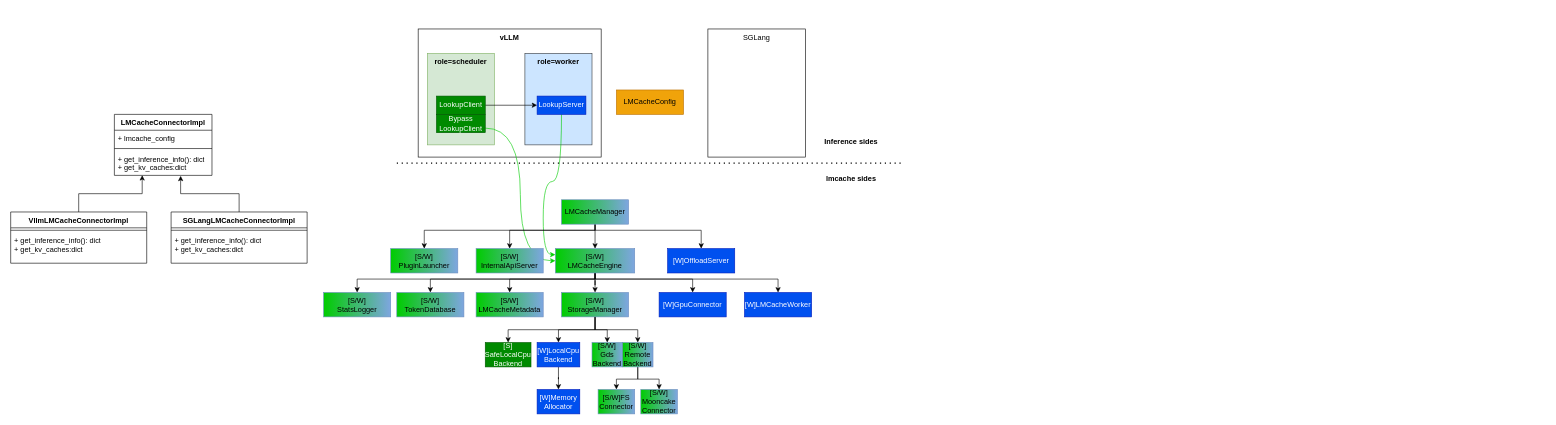
Earlier version of the draw.io diagram lmcache.drawio (maobaolong/draw). Source tidied: cells renumbered, new cells numbered last; positions are measured from the earlier drawing's top-left corner, leaving out a move shared by most shapes. Both pictures are drawn from the tidied source at 61%, with x=0, y=0 at pixel (10, 29).
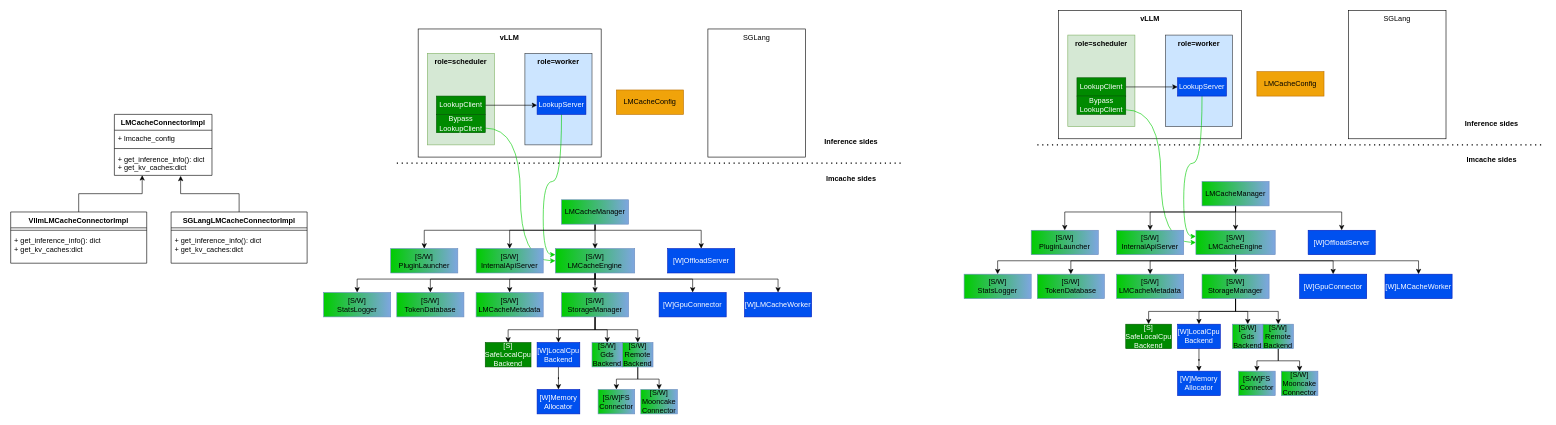
The same diagram, later.

The edit, as a diff of the source:
```diff
@@
+    <mxCell id="63" value="vLLM" style="rounded=0;whiteSpace=wrap;html=1;verticalAlign=top;fontStyle=1;" parent="1" vertex="1">
+      <mxGeometry x="1718" y="-30" width="300" height="210" as="geometry" />
+    </mxCell>
+    <mxCell id="64" value="role=worker" style="rounded=0;whiteSpace=wrap;html=1;verticalAlign=top;fontStyle=1;fillColor=#cce5ff;strokeColor=#36393d;" parent="1" vertex="1">
+      <mxGeometry x="1893" y="10" width="110" height="150" as="geometry" />
+    </mxCell>
+    <mxCell id="65" value="role=scheduler" style="rounded=0;whiteSpace=wrap;html=1;verticalAlign=top;fontStyle=1;fillColor=#d5e8d4;strokeColor=#82b366;" parent="1" vertex="1">
+      <mxGeometry x="1733" y="10" width="110" height="150" as="geometry" />
+    </mxCell>
+    <mxCell id="66" value="SGLang" style="rounded=0;whiteSpace=wrap;html=1;verticalAlign=top;" parent="1" vertex="1">
+      <mxGeometry x="2193" y="-30" width="160" height="210" as="geometry" />
+    </mxCell>
+    <mxCell id="67" style="endArrow=none;dashed=1;html=1;dashPattern=1 3;strokeWidth=2;rounded=0;" parent="1" edge="1">
+      <mxGeometry relative="1" as="geometry">
+        <mxPoint x="1683" y="190" as="sourcePoint" />
+        <mxPoint x="2513" y="190" as="targetPoint" />
+      </mxGeometry>
+    </mxCell>
+    <mxCell id="68" value="Inference sides" style="text;html=1;whiteSpace=wrap;strokeColor=none;fillColor=none;align=center;verticalAlign=middle;rounded=0;fontStyle=1;" parent="1" vertex="1">
+      <mxGeometry x="2383" y="140" width="90" height="30" as="geometry" />
+    </mxCell>
+    <mxCell id="69" value="lmcache sides" style="text;html=1;whiteSpace=wrap;strokeColor=none;fillColor=none;align=center;verticalAlign=middle;rounded=0;fontStyle=1;" parent="1" vertex="1">
+      <mxGeometry x="2383" y="200" width="90" height="30" as="geometry" />
+    </mxCell>
+    <mxCell id="70" style="edgeStyle=orthogonalEdgeStyle;rounded=0;jettySize=auto;html=1;entryX=0;entryY=0.5;entryDx=0;entryDy=0;" parent="1" edge="1" source="72" target="74">
+      <mxGeometry relative="1" as="geometry" />
+    </mxCell>
+    <mxCell id="71" style="edgeStyle=orthogonalEdgeStyle;rounded=0;jettySize=auto;html=1;entryX=0;entryY=0.5;entryDx=0;entryDy=0;curved=1;exitX=1;exitY=0.75;exitDx=0;exitDy=0;strokeColor=#00CC00;" parent="1" edge="1" source="104" target="86">
+      <mxGeometry relative="1" as="geometry" />
+    </mxCell>
+    <mxCell id="72" value="LookupClient" style="rounded=0;whiteSpace=wrap;html=1;fillColor=#008a00;fontColor=#ffffff;strokeColor=#005700;" parent="1" vertex="1">
+      <mxGeometry x="1748" y="80" width="80" height="30" as="geometry" />
+    </mxCell>
+    <mxCell id="73" style="edgeStyle=orthogonalEdgeStyle;rounded=0;jettySize=auto;html=1;entryX=0;entryY=0.25;entryDx=0;entryDy=0;curved=1;strokeColor=#00CC00;" parent="1" edge="1" source="74" target="86">
+      <mxGeometry relative="1" as="geometry" />
+    </mxCell>
+    <mxCell id="74" value="LookupServer" style="rounded=0;whiteSpace=wrap;html=1;fillColor=#0050ef;fontColor=#ffffff;strokeColor=#001DBC;" parent="1" vertex="1">
+      <mxGeometry x="1913" y="80" width="80" height="30" as="geometry" />
+    </mxCell>
+    <mxCell id="75" style="edgeStyle=orthogonalEdgeStyle;rounded=0;jettySize=auto;html=1;entryX=0.5;entryY=0;entryDx=0;entryDy=0;" parent="1" edge="1" source="79" target="86">
+      <mxGeometry relative="1" as="geometry" />
+    </mxCell>
+    <mxCell id="76" style="edgeStyle=orthogonalEdgeStyle;rounded=0;jettySize=auto;html=1;entryX=0.5;entryY=0;entryDx=0;entryDy=0;" parent="1" edge="1" source="79" target="100">
+      <mxGeometry relative="1" as="geometry">
+        <Array as="points">
+          <mxPoint x="2008" y="300" />
+          <mxPoint x="1868" y="300" />
+        </Array>
+      </mxGeometry>
+    </mxCell>
+    <mxCell id="77" style="edgeStyle=orthogonalEdgeStyle;rounded=0;jettySize=auto;html=1;" parent="1" edge="1" source="79" target="101">
+      <mxGeometry relative="1" as="geometry">
+        <Array as="points">
+          <mxPoint x="2008" y="300" />
+          <mxPoint x="1728" y="300" />
+        </Array>
+      </mxGeometry>
+    </mxCell>
+    <mxCell id="78" style="edgeStyle=orthogonalEdgeStyle;rounded=0;jettySize=auto;html=1;entryX=0.5;entryY=0;entryDx=0;entryDy=0;" parent="1" edge="1" source="79" target="105">
+      <mxGeometry relative="1" as="geometry">
+        <Array as="points">
+          <mxPoint x="2008" y="300" />
+          <mxPoint x="2182" y="300" />
+        </Array>
+      </mxGeometry>
+    </mxCell>
+    <mxCell id="79" value="LMCacheManager" style="rounded=0;whiteSpace=wrap;html=1;fillColor=#00CC00;gradientColor=#7EA6E0;strokeColor=#6c8ebf;gradientDirection=east;" parent="1" vertex="1">
+      <mxGeometry x="1953" y="250" width="110" height="40" as="geometry" />
+    </mxCell>
+    <mxCell id="80" style="edgeStyle=orthogonalEdgeStyle;rounded=0;jettySize=auto;html=1;entryX=0.5;entryY=0;entryDx=0;entryDy=0;" parent="1" edge="1" source="86" target="91">
+      <mxGeometry relative="1" as="geometry" />
+    </mxCell>
+    <mxCell id="81" style="edgeStyle=orthogonalEdgeStyle;rounded=0;jettySize=auto;html=1;entryX=0.5;entryY=0;entryDx=0;entryDy=0;" parent="1" edge="1" source="86" target="87">
+      <mxGeometry relative="1" as="geometry">
+        <Array as="points">
+          <mxPoint x="2008" y="380" />
+          <mxPoint x="2168" y="380" />
+        </Array>
+      </mxGeometry>
+    </mxCell>
+    <mxCell id="82" style="edgeStyle=orthogonalEdgeStyle;rounded=0;jettySize=auto;html=1;entryX=0.5;entryY=0;entryDx=0;entryDy=0;" parent="1" edge="1" source="86" target="102">
+      <mxGeometry relative="1" as="geometry">
+        <Array as="points">
+          <mxPoint x="2008" y="380" />
+          <mxPoint x="1868" y="380" />
+        </Array>
+      </mxGeometry>
+    </mxCell>
+    <mxCell id="83" style="edgeStyle=orthogonalEdgeStyle;rounded=0;jettySize=auto;html=1;entryX=0.5;entryY=0;entryDx=0;entryDy=0;" parent="1" edge="1" source="86" target="106">
+      <mxGeometry relative="1" as="geometry">
+        <Array as="points">
+          <mxPoint x="2008" y="380" />
+          <mxPoint x="2308" y="380" />
+        </Array>
+      </mxGeometry>
+    </mxCell>
+    <mxCell id="84" style="edgeStyle=orthogonalEdgeStyle;rounded=0;jettySize=auto;html=1;entryX=0.5;entryY=0;entryDx=0;entryDy=0;" parent="1" edge="1" source="86" target="109">
+      <mxGeometry relative="1" as="geometry">
+        <Array as="points">
+          <mxPoint x="2008" y="380" />
+          <mxPoint x="1738" y="380" />
+        </Array>
+      </mxGeometry>
+    </mxCell>
+    <mxCell id="85" style="edgeStyle=orthogonalEdgeStyle;rounded=0;jettySize=auto;html=1;entryX=0.5;entryY=0;entryDx=0;entryDy=0;" parent="1" edge="1" source="86" target="110">
+      <mxGeometry relative="1" as="geometry">
+        <Array as="points">
+          <mxPoint x="2008" y="380" />
+          <mxPoint x="1618" y="380" />
+        </Array>
+      </mxGeometry>
+    </mxCell>
+    <mxCell id="86" value="[S/W]&lt;div&gt;LMCacheEngine&lt;/div&gt;" style="rounded=0;whiteSpace=wrap;html=1;fillColor=#00CC00;gradientColor=#7EA6E0;strokeColor=#6c8ebf;gradientDirection=east;" parent="1" vertex="1">
+      <mxGeometry x="1943" y="330" width="130" height="40" as="geometry" />
+    </mxCell>
+    <mxCell id="87" value="[W]GpuConnector" style="rounded=0;whiteSpace=wrap;html=1;fillColor=#0050ef;fontColor=#ffffff;strokeColor=#001DBC;" parent="1" vertex="1">
+      <mxGeometry x="2113" y="402" width="110" height="40" as="geometry" />
+    </mxCell>
+    <mxCell id="88" style="edgeStyle=orthogonalEdgeStyle;rounded=0;jettySize=auto;html=1;entryX=0.5;entryY=0;entryDx=0;entryDy=0;" parent="1" edge="1" source="91" target="93">
+      <mxGeometry relative="1" as="geometry" />
+    </mxCell>
+    <mxCell id="89" style="edgeStyle=orthogonalEdgeStyle;rounded=0;jettySize=auto;html=1;" parent="1" edge="1" source="91" target="94">
+      <mxGeometry relative="1" as="geometry" />
+    </mxCell>
+    <mxCell id="90" style="edgeStyle=orthogonalEdgeStyle;rounded=0;jettySize=auto;html=1;entryX=0.5;entryY=0;entryDx=0;entryDy=0;" parent="1" edge="1" source="91" target="97">
+      <mxGeometry relative="1" as="geometry" />
+    </mxCell>
+    <mxCell id="91" value="&lt;div&gt;[S/W]&lt;/div&gt;StorageManager" style="rounded=0;whiteSpace=wrap;html=1;fillColor=#00CC00;gradientColor=#7EA6E0;strokeColor=#6c8ebf;gradientDirection=east;" parent="1" vertex="1">
+      <mxGeometry x="1953" y="402" width="110" height="40" as="geometry" />
+    </mxCell>
+    <mxCell id="92" style="edgeStyle=orthogonalEdgeStyle;rounded=0;jettySize=auto;html=1;entryX=0.5;entryY=0;entryDx=0;entryDy=0;" parent="1" edge="1" source="93" target="111">
+      <mxGeometry relative="1" as="geometry" />
+    </mxCell>
+    <mxCell id="93" value="[W]LocalCpu&lt;div&gt;Backend&lt;/div&gt;" style="rounded=0;whiteSpace=wrap;html=1;fillColor=#0050ef;fontColor=#ffffff;strokeColor=#001DBC;" parent="1" vertex="1">
+      <mxGeometry x="1913" y="484" width="70" height="40" as="geometry" />
+    </mxCell>
+    <mxCell id="94" value="&lt;div&gt;[S/W]&lt;/div&gt;Gds&lt;div&gt;Backend&lt;/div&gt;" style="rounded=0;whiteSpace=wrap;html=1;fillColor=#00CC00;gradientColor=#7EA6E0;strokeColor=#6c8ebf;gradientDirection=east;" parent="1" vertex="1">
+      <mxGeometry x="2003" y="484" width="50" height="40" as="geometry" />
+    </mxCell>
+    <mxCell id="95" style="edgeStyle=orthogonalEdgeStyle;rounded=0;jettySize=auto;html=1;entryX=0.5;entryY=0;entryDx=0;entryDy=0;" parent="1" edge="1" source="97" target="98">
+      <mxGeometry relative="1" as="geometry" />
+    </mxCell>
+    <mxCell id="96" style="edgeStyle=orthogonalEdgeStyle;rounded=0;jettySize=auto;html=1;entryX=0.5;entryY=0;entryDx=0;entryDy=0;" parent="1" edge="1" source="97" target="99">
+      <mxGeometry relative="1" as="geometry" />
+    </mxCell>
+    <mxCell id="97" value="&lt;div&gt;[S/W]&lt;/div&gt;Remote&lt;br&gt;&lt;div&gt;Backend&lt;/div&gt;" style="rounded=0;whiteSpace=wrap;html=1;fillColor=#00CC00;strokeColor=#6c8ebf;gradientColor=#7EA6E0;gradientDirection=east;" parent="1" vertex="1">
+      <mxGeometry x="2053" y="484" width="50" height="40" as="geometry" />
+    </mxCell>
+    <mxCell id="98" value="[S/W]FS&lt;div&gt;Connector&lt;/div&gt;" style="rounded=0;whiteSpace=wrap;html=1;fillColor=#00CC00;strokeColor=#6c8ebf;gradientColor=#7EA6E0;gradientDirection=east;" parent="1" vertex="1">
+      <mxGeometry x="2013" y="561" width="60" height="40" as="geometry" />
+    </mxCell>
+    <mxCell id="99" value="&lt;div&gt;[S/W]&lt;/div&gt;Mooncake&lt;div&gt;Connector&lt;/div&gt;" style="rounded=0;whiteSpace=wrap;html=1;fillColor=#00CC00;strokeColor=#6c8ebf;gradientColor=#7EA6E0;gradientDirection=east;" parent="1" vertex="1">
+      <mxGeometry x="2083" y="561" width="60" height="40" as="geometry" />
+    </mxCell>
+    <mxCell id="100" value="&lt;div&gt;[S/W]&lt;/div&gt;InternalApiServer" style="rounded=0;whiteSpace=wrap;html=1;fillColor=#00CC00;gradientColor=#7EA6E0;strokeColor=#6c8ebf;gradientDirection=east;" parent="1" vertex="1">
+      <mxGeometry x="1813" y="330" width="110" height="40" as="geometry" />
+    </mxCell>
+    <mxCell id="101" value="&lt;div&gt;[S/W]&lt;/div&gt;PluginLauncher" style="rounded=0;whiteSpace=wrap;html=1;fillColor=#00CC00;gradientColor=#7EA6E0;strokeColor=#6c8ebf;gradientDirection=east;" parent="1" vertex="1">
+      <mxGeometry x="1673" y="330" width="110" height="40" as="geometry" />
+    </mxCell>
+    <mxCell id="102" value="&lt;div&gt;[S/W]&lt;/div&gt;LMCacheMetadata" style="rounded=0;whiteSpace=wrap;html=1;fillColor=#00CC00;gradientColor=#7EA6E0;strokeColor=#6c8ebf;gradientDirection=east;" parent="1" vertex="1">
+      <mxGeometry x="1813" y="402" width="110" height="40" as="geometry" />
+    </mxCell>
+    <mxCell id="103" value="LMCacheConfig" style="rounded=0;whiteSpace=wrap;html=1;fillColor=#f0a30a;fontColor=#000000;strokeColor=#BD7000;" parent="1" vertex="1">
+      <mxGeometry x="2043" y="70" width="110" height="40" as="geometry" />
+    </mxCell>
+    <mxCell id="104" value="Bypass&lt;div&gt;LookupClient&lt;/div&gt;" style="rounded=0;whiteSpace=wrap;html=1;fillColor=#008a00;fontColor=#ffffff;strokeColor=#005700;" parent="1" vertex="1">
+      <mxGeometry x="1748" y="110" width="80" height="30" as="geometry" />
+    </mxCell>
+    <mxCell id="105" value="[W]OffloadServer" style="rounded=0;whiteSpace=wrap;html=1;fillColor=#0050ef;fontColor=#ffffff;strokeColor=#001DBC;" parent="1" vertex="1">
+      <mxGeometry x="2127" y="330" width="110" height="40" as="geometry" />
+    </mxCell>
+    <mxCell id="106" value="[W]LMCacheWorker" style="rounded=0;whiteSpace=wrap;html=1;fillColor=#0050ef;fontColor=#ffffff;strokeColor=#001DBC;" parent="1" vertex="1">
+      <mxGeometry x="2253" y="402" width="110" height="40" as="geometry" />
+    </mxCell>
+    <mxCell id="107" style="edgeStyle=orthogonalEdgeStyle;rounded=0;jettySize=auto;html=1;entryX=0.5;entryY=0;entryDx=0;entryDy=0;exitX=0.5;exitY=1;exitDx=0;exitDy=0;" parent="1" edge="1" source="91" target="108">
+      <mxGeometry relative="1" as="geometry" />
+    </mxCell>
+    <mxCell id="108" value="[S]&lt;div&gt;SafeLocalCpu&lt;div&gt;Backend&lt;/div&gt;&lt;/div&gt;" style="rounded=0;whiteSpace=wrap;html=1;fillColor=#008a00;strokeColor=#005700;fontColor=#ffffff;" parent="1" vertex="1">
+      <mxGeometry x="1828" y="484" width="75" height="40" as="geometry" />
+    </mxCell>
+    <mxCell id="109" value="&lt;div&gt;[S/W]&lt;/div&gt;TokenDatabase" style="rounded=0;whiteSpace=wrap;html=1;fillColor=#00CC00;gradientColor=#7EA6E0;strokeColor=#6c8ebf;gradientDirection=east;" parent="1" vertex="1">
+      <mxGeometry x="1683" y="402" width="110" height="40" as="geometry" />
+    </mxCell>
+    <mxCell id="110" value="&lt;div&gt;[S/W]&lt;/div&gt;StatsLogger" style="rounded=0;whiteSpace=wrap;html=1;fillColor=#00CC00;gradientColor=#7EA6E0;strokeColor=#6c8ebf;gradientDirection=east;" parent="1" vertex="1">
+      <mxGeometry x="1563" y="402" width="110" height="40" as="geometry" />
+    </mxCell>
+    <mxCell id="111" value="[W]Memory&lt;div&gt;Allocator&lt;/div&gt;" style="rounded=0;whiteSpace=wrap;html=1;fillColor=#0050ef;fontColor=#ffffff;strokeColor=#001DBC;" parent="1" vertex="1">
+      <mxGeometry x="1913" y="561" width="70" height="40" as="geometry" />
+    </mxCell>
```
